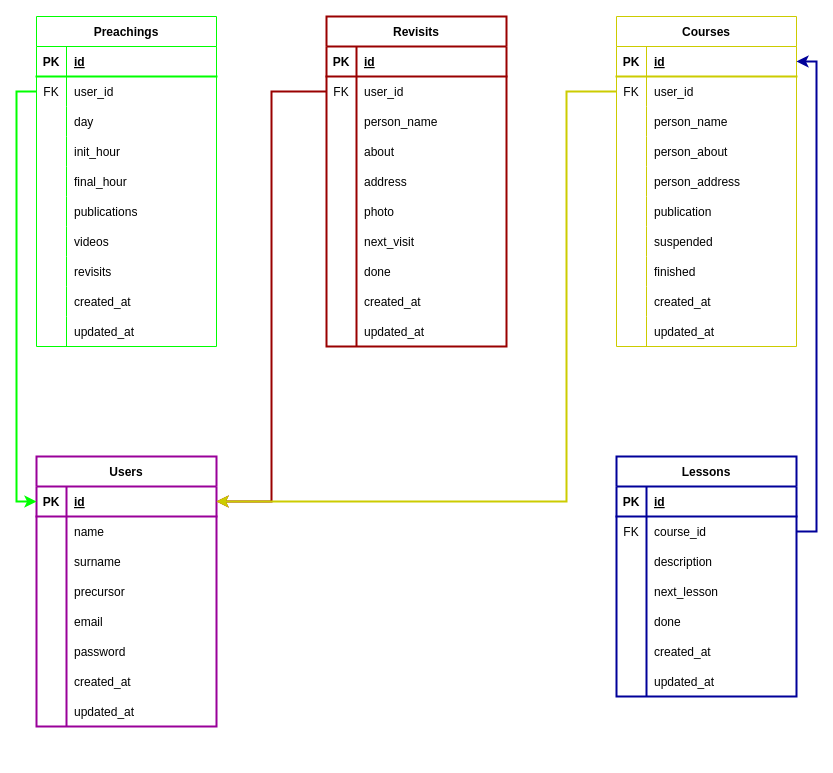
The draw.io diagram docs/JWReportsDB.drawio in KristhDev/JW-Reports, before the edit. Source tidied: cells renumbered, new cells numbered last; positions are measured from the earlier drawing's top-left corner, leaving out a move shared by most shapes. Both pictures are drawn from the tidied source at 100%, with x=0, y=0 at pixel (16, 16).
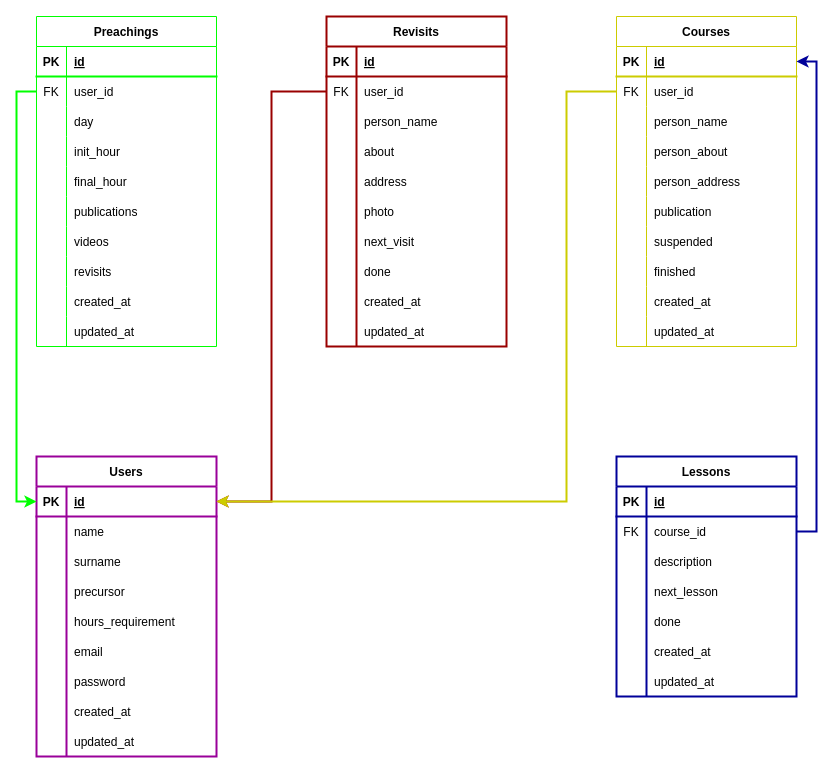
Above is the later version.

Change to the diagram source:
```diff
@@
     <mxCell id="117" value="Users" style="shape=table;startSize=30;childLayout=tableLayout;rowLines=0;fontStyle=1;align=center;strokeColor=#990099;strokeWidth=2;" parent="1" vertex="1">
-      <mxGeometry x="20" y="440" width="180" height="270" as="geometry" />
+      <mxGeometry x="20" y="440" width="180" height="300" as="geometry" />
     </mxCell>
@@
+    <mxCell id="146" style="shape=tableRow;horizontal=0;startSize=0;swimlaneHead=0;swimlaneBody=0;fillColor=none;top=0;left=0;right=0;bottom=0;" parent="117" vertex="1">
+      <mxGeometry y="150" width="180" height="30" as="geometry" />
+    </mxCell>
+    <mxCell id="147" style="shape=partialRectangle;fillColor=none;top=0;left=0;bottom=0;right=0;overflow=hidden;" parent="146" vertex="1">
+      <mxGeometry width="30" height="30" as="geometry" />
+    </mxCell>
+    <mxCell id="148" value="hours_requirement" style="shape=partialRectangle;fillColor=none;top=0;left=0;bottom=0;right=0;align=left;spacingLeft=6;overflow=hidden;" parent="146" vertex="1">
+      <mxGeometry x="30" width="150" height="30" as="geometry" />
+    </mxCell>
     <mxCell id="130" style="shape=tableRow;horizontal=0;startSize=0;swimlaneHead=0;swimlaneBody=0;fillColor=none;top=0;left=0;right=0;bottom=0;strokeWidth=2;" parent="117" vertex="1">
-      <mxGeometry y="150" width="180" height="30" as="geometry" />
+      <mxGeometry y="180" width="180" height="30" as="geometry" />
     </mxCell>
@@
     <mxCell id="133" style="shape=tableRow;horizontal=0;startSize=0;swimlaneHead=0;swimlaneBody=0;fillColor=none;top=0;left=0;right=0;bottom=0;strokeWidth=2;" parent="117" vertex="1">
-      <mxGeometry y="180" width="180" height="30" as="geometry" />
+      <mxGeometry y="210" width="180" height="30" as="geometry" />
     </mxCell>
@@
     <mxCell id="136" style="shape=tableRow;horizontal=0;startSize=0;swimlaneHead=0;swimlaneBody=0;fillColor=none;top=0;left=0;right=0;bottom=0;strokeWidth=2;" parent="117" vertex="1">
-      <mxGeometry y="210" width="180" height="30" as="geometry" />
+      <mxGeometry y="240" width="180" height="30" as="geometry" />
     </mxCell>
@@
     <mxCell id="139" style="shape=tableRow;horizontal=0;startSize=0;swimlaneHead=0;swimlaneBody=0;fillColor=none;top=0;left=0;right=0;bottom=0;" parent="117" vertex="1">
-      <mxGeometry y="240" width="180" height="30" as="geometry" />
+      <mxGeometry y="270" width="180" height="30" as="geometry" />
     </mxCell>
```
